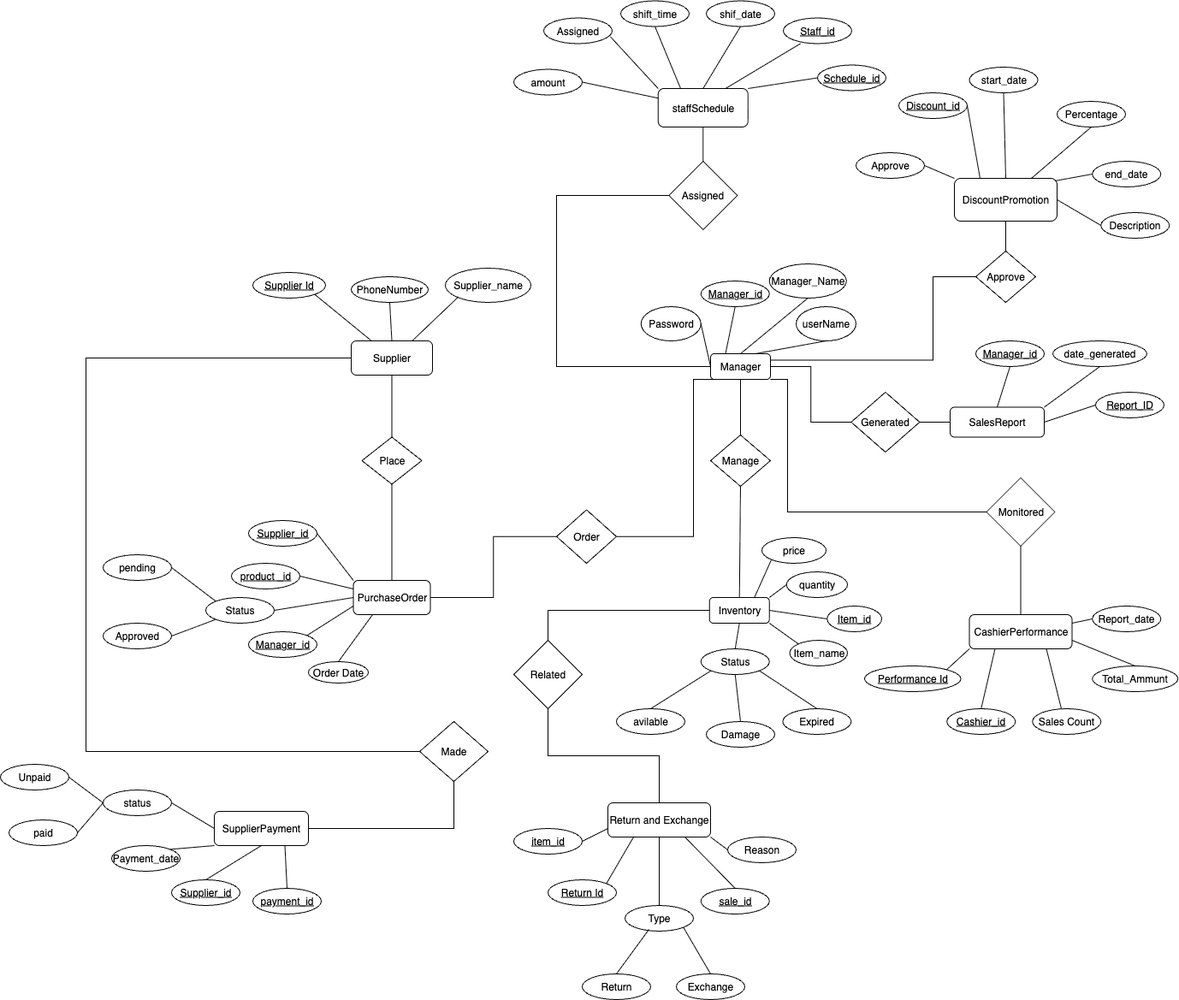
Earlier version of the draw.io export Application ER .drawio.drawio.png (Application-Net-Framework/Shop-Management-System). Source tidied: cells renumbered, new cells last; positions are measured from the earlier drawing's top-left corner, leaving out a move shared by most shapes.
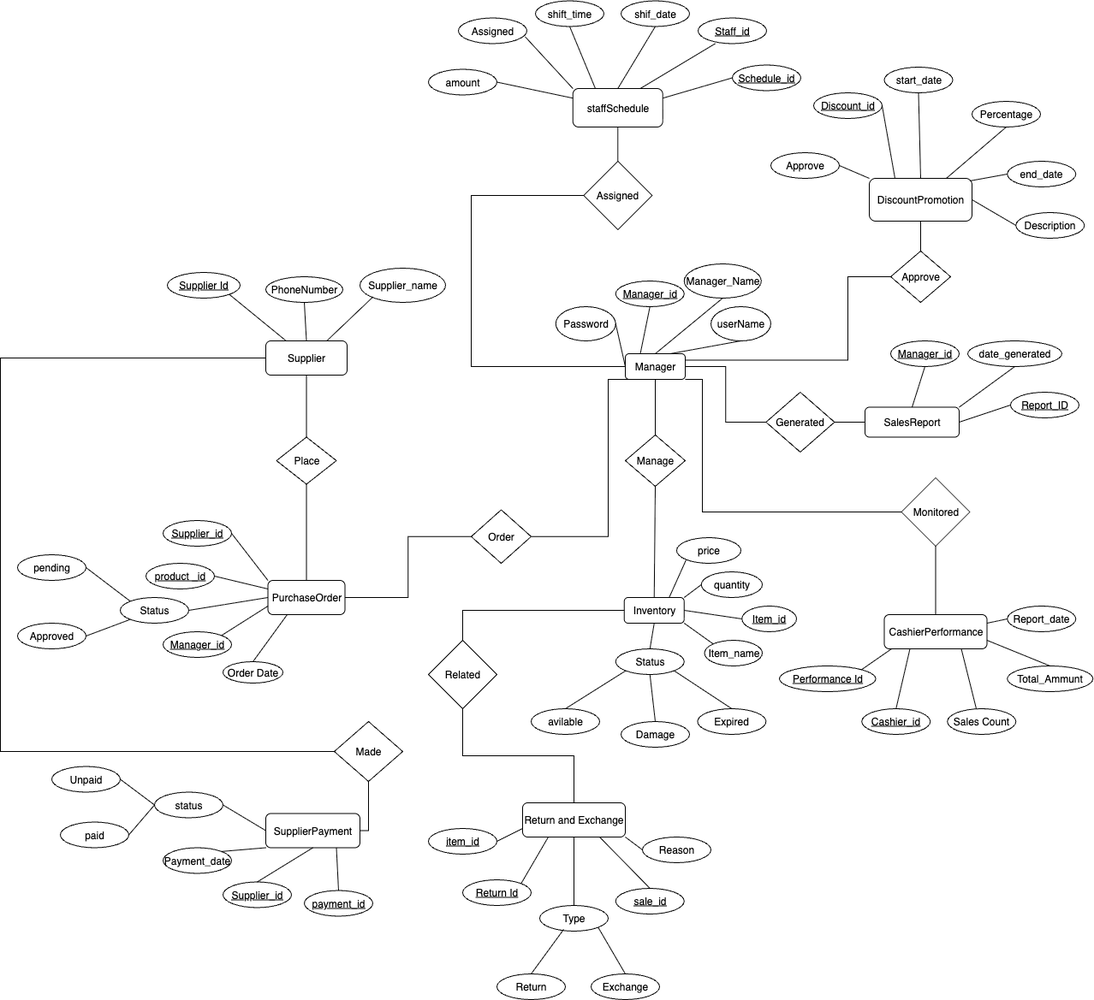
Later version of the same file.

Diff of the diagram source:
```diff
@@ -177,28 +177,28 @@
       <mxGeometry x="635" y="20.5" width="80" height="30" as="geometry" />
     </mxCell>
     <mxCell id="60" value="SupplierPayment" style="rounded=1;whiteSpace=wrap;html=1;" parent="1" vertex="1">
-      <mxGeometry x="250" y="948" width="110" height="40" as="geometry" />
+      <mxGeometry x="410" y="950.5" width="110" height="40" as="geometry" />
     </mxCell>
     <mxCell id="61" value="&lt;u&gt;Supplier_id&lt;/u&gt;" style="ellipse;whiteSpace=wrap;html=1;" parent="1" vertex="1">
-      <mxGeometry x="200" y="1028" width="80" height="30" as="geometry" />
+      <mxGeometry x="360" y="1030.5" width="80" height="30" as="geometry" />
     </mxCell>
     <mxCell id="62" value="&lt;u&gt;payment_id&lt;/u&gt;" style="ellipse;whiteSpace=wrap;html=1;" parent="1" vertex="1">
-      <mxGeometry x="295" y="1038" width="80" height="30" as="geometry" />
+      <mxGeometry x="455" y="1040.5" width="80" height="30" as="geometry" />
     </mxCell>
     <mxCell id="63" value="amount" style="ellipse;whiteSpace=wrap;html=1;" parent="1" vertex="1">
       <mxGeometry x="600" y="80.5" width="80" height="30" as="geometry" />
     </mxCell>
     <mxCell id="64" value="Payment_date" style="ellipse;whiteSpace=wrap;html=1;" parent="1" vertex="1">
-      <mxGeometry x="130" y="988" width="80" height="30" as="geometry" />
+      <mxGeometry x="290" y="990.5" width="80" height="30" as="geometry" />
     </mxCell>
     <mxCell id="65" value="status" style="ellipse;whiteSpace=wrap;html=1;" parent="1" vertex="1">
-      <mxGeometry x="120" y="923" width="80" height="30" as="geometry" />
+      <mxGeometry x="280" y="925.5" width="80" height="30" as="geometry" />
     </mxCell>
     <mxCell id="66" value="paid" style="ellipse;whiteSpace=wrap;html=1;" parent="1" vertex="1">
-      <mxGeometry x="10" y="958" width="80" height="30" as="geometry" />
+      <mxGeometry x="170" y="960.5" width="80" height="30" as="geometry" />
     </mxCell>
     <mxCell id="67" value="Unpaid" style="ellipse;whiteSpace=wrap;html=1;" parent="1" vertex="1">
-      <mxGeometry y="893" width="80" height="30" as="geometry" />
+      <mxGeometry x="160" y="895.5" width="80" height="30" as="geometry" />
     </mxCell>
     <mxCell id="68" style="endArrow=none;html=1;rounded=0;entryX=0.5;entryY=1;entryDx=0;entryDy=0;exitX=0.5;exitY=0;exitDx=0;exitDy=0;" parent="1" edge="1" source="3" target="2">
       <mxGeometry relative="1" as="geometry" />
@@ -313,7 +313,7 @@
         </Array>
       </mxGeometry>
     </mxCell>
-    <mxCell id="104" style="endArrow=none;html=1;rounded=0;entryX=0;entryY=1;entryDx=0;entryDy=0;exitX=1;exitY=0;exitDx=0;exitDy=0;" parent="1" edge="1" source="34" target="33">
+    <mxCell id="104" style="endArrow=none;html=1;rounded=0;entryX=0.071;entryY=1;entryDx=0;entryDy=0;exitX=1;exitY=0;exitDx=0;exitDy=0;entryPerimeter=0;" parent="1" edge="1" source="34" target="33">
       <mxGeometry relative="1" as="geometry" />
     </mxCell>
     <mxCell id="105" style="endArrow=none;html=1;rounded=0;entryX=0.25;entryY=1;entryDx=0;entryDy=0;exitX=0.5;exitY=0;exitDx=0;exitDy=0;" parent="1" edge="1" source="35" target="33">
@@ -426,7 +426,7 @@
     <mxCell id="139" style="endArrow=none;html=1;rounded=0;entryX=0.25;entryY=1;entryDx=0;entryDy=0;exitX=0.75;exitY=0;exitDx=0;exitDy=0;entryPerimeter=0;" parent="1" edge="1" source="54" target="56">
       <mxGeometry relative="1" as="geometry" />
     </mxCell>
-    <mxCell id="140" style="endArrow=none;html=1;rounded=0;entryX=0;entryY=0.5;entryDx=0;entryDy=0;exitX=1;exitY=0;exitDx=0;exitDy=0;" parent="1" edge="1" source="54" target="55">
+    <mxCell id="140" style="endArrow=none;html=1;rounded=0;entryX=0;entryY=0.5;entryDx=0;entryDy=0;exitX=1;exitY=0.25;exitDx=0;exitDy=0;" parent="1" edge="1" source="54" target="55">
       <mxGeometry relative="1" as="geometry" />
     </mxCell>
     <mxCell id="141" style="endArrow=none;html=1;rounded=0;entryX=0.975;entryY=0.733;entryDx=0;entryDy=0;exitX=0;exitY=0;exitDx=0;exitDy=0;entryPerimeter=0;" parent="1" edge="1" source="54" target="59">
```
